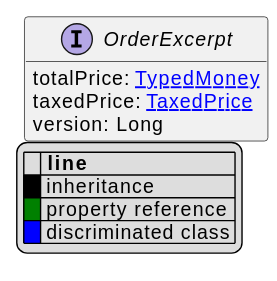
The PlantUML diagram uml/api/svg/OrderExcerpt.svg in commercetools/commercetools-api-reference, before a commit. Its diagram source:
```plantuml
@startuml
!pragma layout elk
hide empty fields
hide empty methods
legend
|= |= line |
|<back:black>   </back>| inheritance |
|<back:green>   </back>| property reference |
|<back:blue>   </back>| discriminated class |
endlegend
interface OrderExcerpt [[OrderExcerpt.svg]]  {
    totalPrice: [[TypedMoney.svg TypedMoney]]
    taxedPrice: [[TaxedPrice.svg TaxedPrice]]
    version: Long
}






@enduml
```
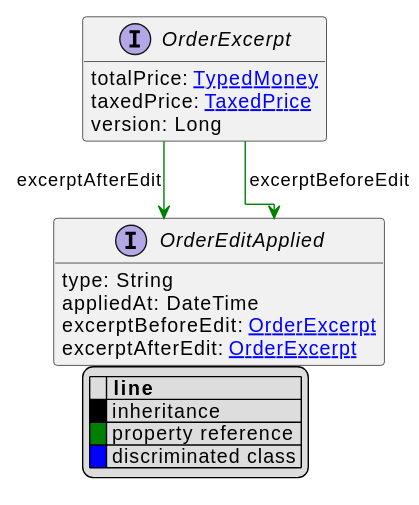
Above is the later version.

Change to the diagram source:
```diff
@@ -16,7 +16,13 @@
 
 
 
+interface OrderEditApplied [[OrderEditApplied.svg]]  {
+    type: String
+    appliedAt: DateTime
+    excerptBeforeEdit: [[OrderExcerpt.svg OrderExcerpt]]
+    excerptAfterEdit: [[OrderExcerpt.svg OrderExcerpt]]
+}
 
-
-
+OrderExcerpt --> OrderEditApplied #green;text:green : "excerptBeforeEdit"
+OrderExcerpt --> OrderEditApplied #green;text:green : "excerptAfterEdit"
 @enduml
```
